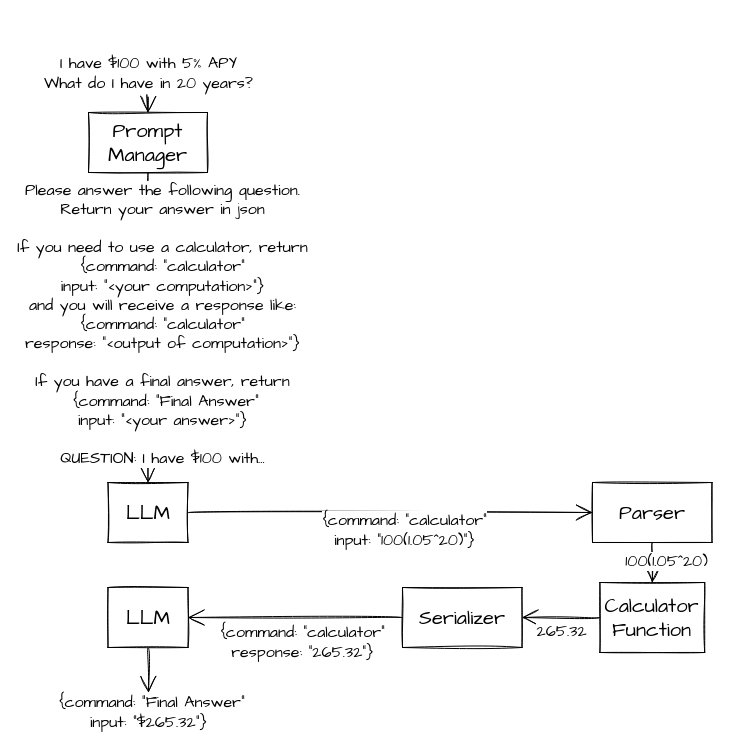
Before: page "Calculator" (2 of 6) of img/LLMsTextSketch.drawio in dshieble/dshieble.github.io, a draw.io diagram. Source tidied: cells renumbered, new cells numbered last; positions are measured from the earlier drawing's top-left corner, leaving out a move shared by most shapes. Both pictures are drawn from the tidied source at 100%, with x=0, y=0 at pixel (88, 72).
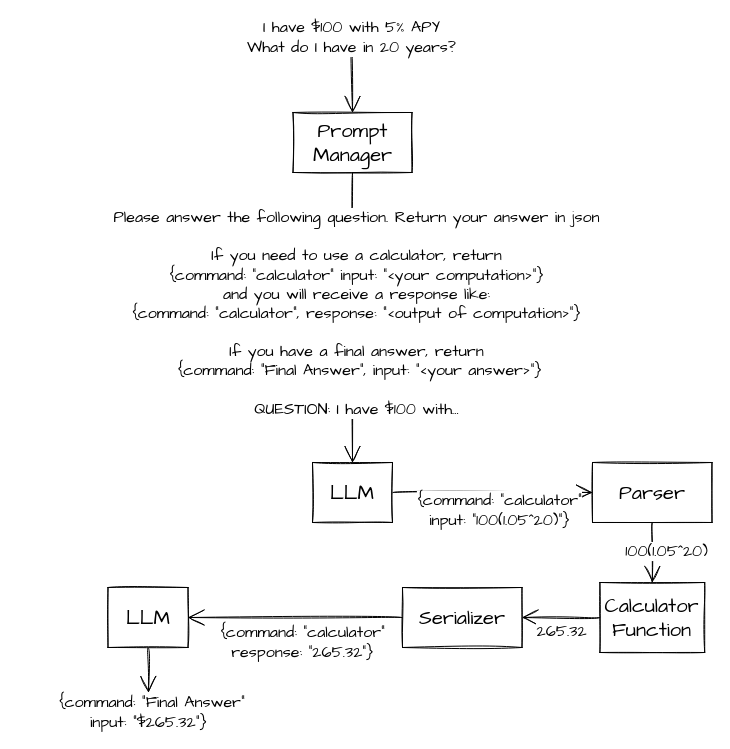
After the change.

The edit, as a diff of the source:
```diff
@@
 <mxGraphModel>
   <root>
     <mxCell id="0" />
     <mxCell id="1" parent="0" />
     <mxCell id="2" value="I have $100 with 5% APY&lt;br&gt;What do I have in 20 years?" style="edgeStyle=none;curved=1;rounded=0;sketch=1;hachureGap=4;jettySize=auto;html=1;fontFamily=Architects Daughter;fontSize=16;endArrow=open;startSize=14;endSize=14;sourcePerimeterSpacing=8;targetPerimeterSpacing=8;entryX=0.5;entryY=0;entryDx=0;entryDy=0;" parent="1" edge="1" target="6">
-      <mxGeometry x="0.17" relative="1" as="geometry">
-        <mxPoint x="60" y="60" as="sourcePoint" />
-        <Array as="points">
-          <mxPoint x="60" />
-        </Array>
+      <mxGeometry x="-0.91" y="-1" relative="1" as="geometry">
+        <mxPoint x="264" y="-40" as="sourcePoint" />
+        <mxPoint y="1" as="offset" />
       </mxGeometry>
     </mxCell>
     <mxCell id="3" value="LLM" style="rounded=0;whiteSpace=wrap;html=1;sketch=1;hachureGap=4;fontFamily=Architects Daughter;fontSize=20;" parent="1" vertex="1">
-      <mxGeometry x="19.5" y="410" width="80" height="60" as="geometry" />
+      <mxGeometry x="224" y="390" width="80" height="60" as="geometry" />
     </mxCell>
     <mxCell id="4" value="Parser" style="rounded=0;whiteSpace=wrap;html=1;sketch=1;hachureGap=4;fontFamily=Architects Daughter;fontSize=20;" parent="1" vertex="1">
-      <mxGeometry x="504" y="410" width="119.5" height="60" as="geometry" />
+      <mxGeometry x="504" y="390" width="119.5" height="60" as="geometry" />
     </mxCell>
     <mxCell id="5" value="{command: &quot;calculator&quot;&lt;br style=&quot;border-color: var(--border-color);&quot;&gt;input: &quot;100(1.05^20)&quot;}" style="edgeStyle=none;curved=1;rounded=0;sketch=1;hachureGap=4;jettySize=auto;html=1;fontFamily=Architects Daughter;fontSize=16;endArrow=open;startSize=14;endSize=14;sourcePerimeterSpacing=8;targetPerimeterSpacing=8;entryX=0;entryY=0.5;entryDx=0;entryDy=0;exitX=1;exitY=0.5;exitDx=0;exitDy=0;" parent="1" edge="1" source="3" target="4">
       <mxGeometry x="0.07" y="-18" relative="1" as="geometry" />
     </mxCell>
     <mxCell id="6" value="Prompt Manager" style="rounded=0;whiteSpace=wrap;html=1;sketch=1;hachureGap=4;fontFamily=Architects Daughter;fontSize=20;" parent="1" vertex="1">
-      <mxGeometry y="40" width="119" height="60" as="geometry" />
+      <mxGeometry x="204.5" y="40" width="119" height="60" as="geometry" />
     </mxCell>
-    <mxCell id="7" value="Please answer the following question.&lt;br&gt;Return your answer in json&lt;br&gt;&lt;br&gt;If you need to use a calculator, return&lt;br&gt;{command: &quot;calculator&quot;&lt;br&gt;input: &quot;&amp;lt;your computation&amp;gt;&quot;}&lt;br&gt;and you will receive a response like:&lt;br&gt;{command: &quot;calculator&quot;&lt;br style=&quot;border-color: var(--border-color);&quot;&gt;response: &quot;&amp;lt;output of computation&amp;gt;&quot;}&lt;br&gt;&lt;br&gt;If you have a final answer, return&lt;br&gt;&amp;nbsp;{command: &quot;Final Answer&quot;&lt;br style=&quot;border-color: var(--border-color);&quot;&gt;input: &quot;&amp;lt;your answer&amp;gt;&quot;}&lt;br&gt;&lt;br&gt;QUESTION: I have $100 with..." style="edgeStyle=none;curved=1;rounded=0;sketch=1;hachureGap=4;jettySize=auto;html=1;fontFamily=Architects Daughter;fontSize=16;endArrow=open;startSize=14;endSize=14;sourcePerimeterSpacing=8;targetPerimeterSpacing=8;exitX=0.5;exitY=1;exitDx=0;exitDy=0;entryX=0.5;entryY=0;entryDx=0;entryDy=0;" parent="1" edge="1" source="6" target="3">
-      <mxGeometry x="-0.02" y="14" relative="1" as="geometry" />
+    <mxCell id="7" value="Please answer the following question. Return your answer in json&lt;br&gt;&lt;br&gt;If you need to use a calculator, return&lt;br&gt;{command: &quot;calculator&quot; input: &quot;&amp;lt;your computation&amp;gt;&quot;}&lt;br&gt;and you will receive a response like:&lt;br&gt;{command: &quot;calculator&quot;, response: &quot;&amp;lt;output of computation&amp;gt;&quot;}&lt;br&gt;&lt;br&gt;If you have a final answer, return&lt;br&gt;&amp;nbsp;{command: &quot;Final Answer&quot;, input: &quot;&amp;lt;your answer&amp;gt;&quot;}&lt;br&gt;&lt;br&gt;QUESTION: I have $100 with..." style="edgeStyle=none;curved=1;rounded=0;sketch=1;hachureGap=4;jettySize=auto;html=1;fontFamily=Architects Daughter;fontSize=16;endArrow=open;startSize=14;endSize=14;sourcePerimeterSpacing=8;targetPerimeterSpacing=8;exitX=0.5;exitY=1;exitDx=0;exitDy=0;entryX=0.5;entryY=0;entryDx=0;entryDy=0;" parent="1" edge="1" source="6" target="3">
+      <mxGeometry x="-0.03" y="4" relative="1" as="geometry" />
     </mxCell>
     <mxCell id="8" value="Calculator Function" style="rounded=0;whiteSpace=wrap;html=1;sketch=1;hachureGap=4;fontFamily=Architects Daughter;fontSize=20;" parent="1" vertex="1">
       <mxGeometry x="511.4" y="510" width="104.8" height="70" as="geometry" />
     </mxCell>
     <mxCell id="9" value="100(1.05^20)" style="edgeStyle=none;curved=1;rounded=0;sketch=1;hachureGap=4;jettySize=auto;html=1;fontFamily=Architects Daughter;fontSize=16;endArrow=open;startSize=14;endSize=14;sourcePerimeterSpacing=8;targetPerimeterSpacing=8;exitX=0.5;exitY=1;exitDx=0;exitDy=0;entryX=0.5;entryY=0;entryDx=0;entryDy=0;" parent="1" edge="1" source="4" target="8">
       <mxGeometry x="-0.03" y="14" relative="1" as="geometry" />
     </mxCell>
     <mxCell id="10" value="265.32" style="edgeStyle=none;curved=1;rounded=0;sketch=1;hachureGap=4;jettySize=auto;html=1;fontFamily=Architects Daughter;fontSize=16;endArrow=open;startSize=14;endSize=14;sourcePerimeterSpacing=8;targetPerimeterSpacing=8;exitX=0;exitY=0.5;exitDx=0;exitDy=0;entryX=1;entryY=0.5;entryDx=0;entryDy=0;" parent="1" edge="1" source="8" target="12">
       <mxGeometry x="-0.03" y="14" relative="1" as="geometry" />
     </mxCell>
     <mxCell id="11" value="&amp;nbsp;{command: &quot;Final Answer&quot;&lt;br style=&quot;border-color: var(--border-color);&quot;&gt;input: &quot;$265.32&quot;}" style="edgeStyle=none;curved=1;rounded=0;sketch=1;hachureGap=4;jettySize=auto;html=1;fontFamily=Architects Daughter;fontSize=16;endArrow=open;startSize=14;endSize=14;sourcePerimeterSpacing=8;targetPerimeterSpacing=8;exitX=0.5;exitY=1;exitDx=0;exitDy=0;" parent="1" edge="1" source="14">
       <mxGeometry x="1" y="-20" relative="1" as="geometry">
         <mxPoint x="60" y="620" as="targetPoint" />
         <mxPoint x="20" y="20" as="offset" />
       </mxGeometry>
     </mxCell>
     <mxCell id="12" value="Serializer" style="rounded=0;whiteSpace=wrap;html=1;sketch=1;hachureGap=4;fontFamily=Architects Daughter;fontSize=20;" parent="1" vertex="1">
       <mxGeometry x="314" y="515" width="119.5" height="60" as="geometry" />
     </mxCell>
     <mxCell id="13" value="{command: &quot;calculator&quot;&lt;br style=&quot;border-color: var(--border-color);&quot;&gt;response: &quot;265.32&quot;}" style="edgeStyle=none;curved=1;rounded=0;sketch=1;hachureGap=4;jettySize=auto;html=1;fontFamily=Architects Daughter;fontSize=16;endArrow=open;startSize=14;endSize=14;sourcePerimeterSpacing=8;targetPerimeterSpacing=8;entryX=1;entryY=0.5;entryDx=0;entryDy=0;exitX=0;exitY=0.5;exitDx=0;exitDy=0;" parent="1" edge="1" source="12" target="14">
       <mxGeometry x="-0.07" y="25" relative="1" as="geometry" />
     </mxCell>
     <mxCell id="14" value="LLM" style="rounded=0;whiteSpace=wrap;html=1;sketch=1;hachureGap=4;fontFamily=Architects Daughter;fontSize=20;" parent="1" vertex="1">
       <mxGeometry x="19.5" y="515" width="80" height="60" as="geometry" />
     </mxCell>
   </root>
 </mxGraphModel>
```
